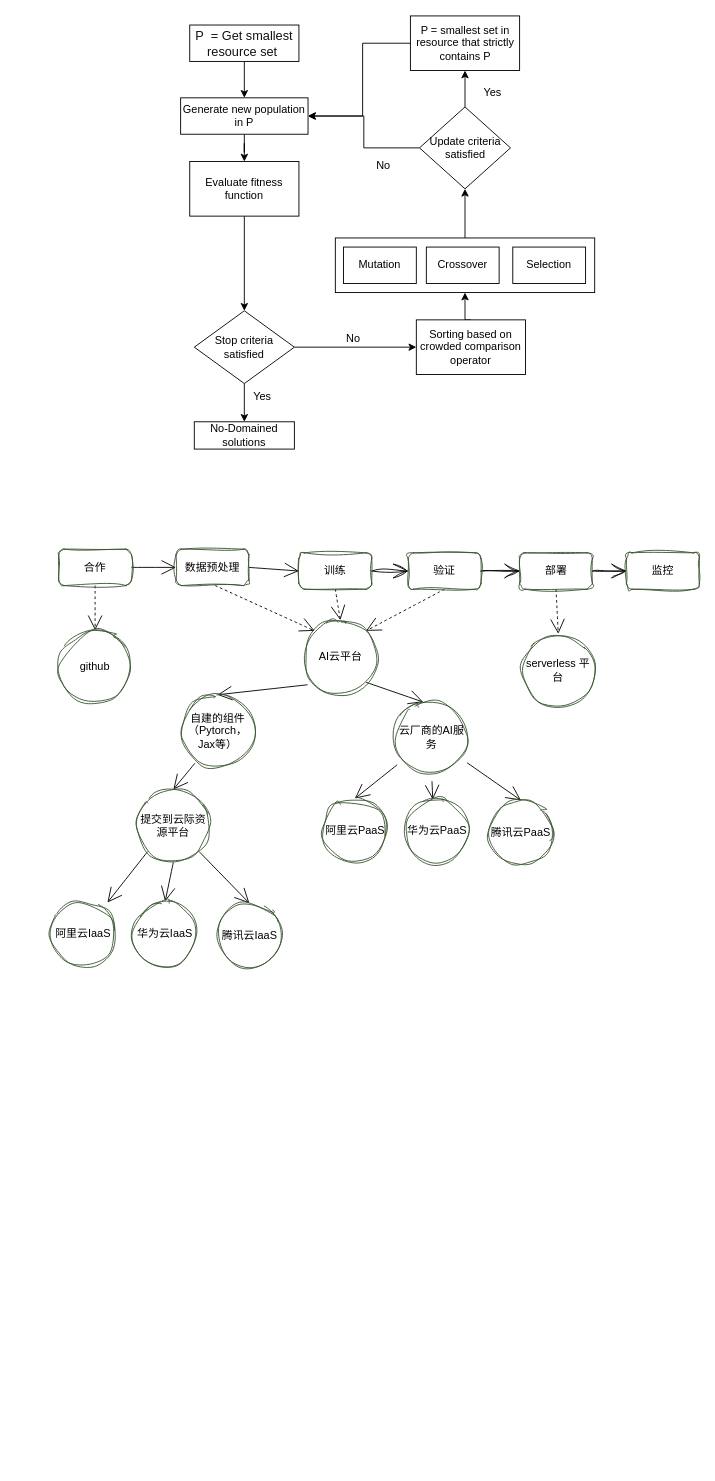
Above: 未命名绘图.drawio in lihuahua123/studyFiles (draw.io), before the change. Source tidied: cells renumbered, new cells numbered last; positions are measured from the earlier drawing's top-left corner, leaving out a move shared by most shapes. Both pictures are drawn from the tidied source at 91%, with x=0, y=0 at pixel (51, 15).
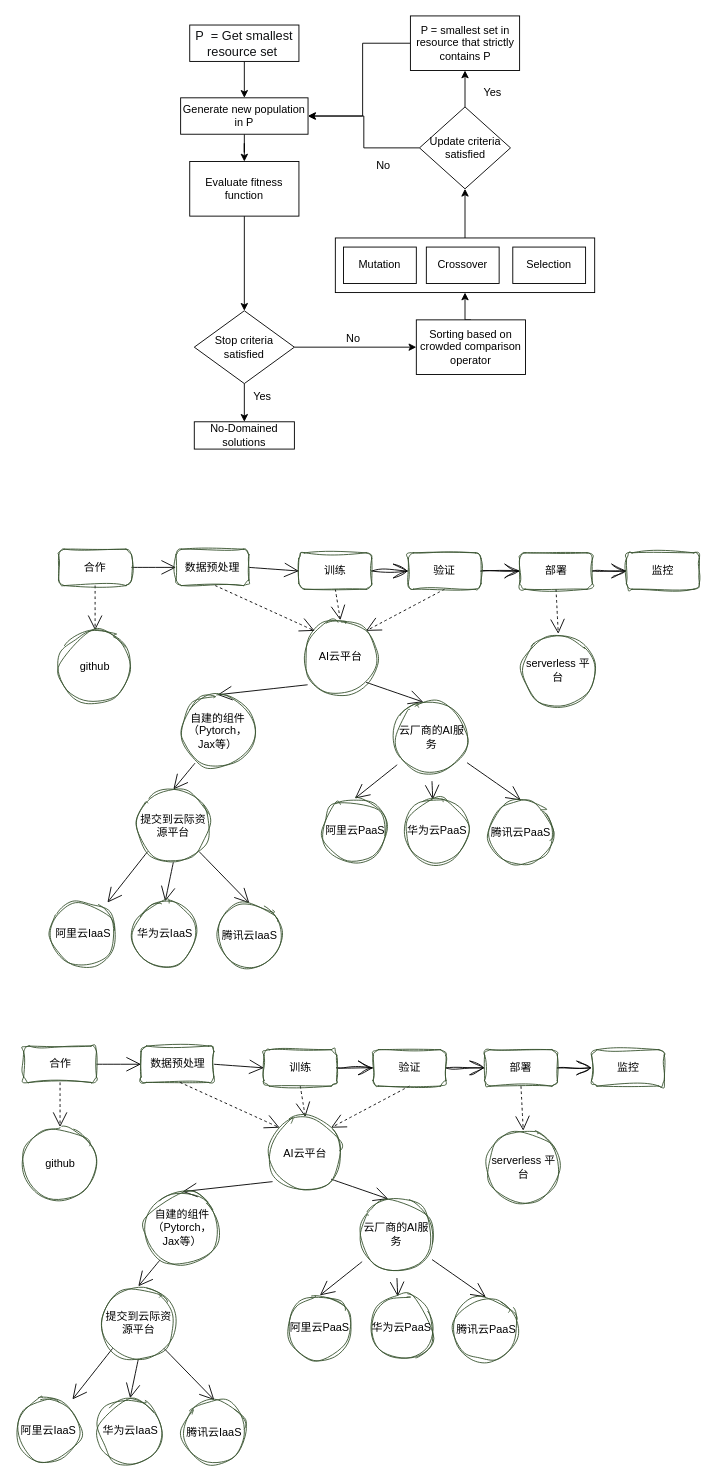
Above is the later version.

Commit message:
更新未命名绘图.drawio

Diff of the diagram source:
```diff
@@
+    <mxCell id="68" style="edgeStyle=none;curved=1;rounded=0;jettySize=auto;html=1;exitX=0.5;exitY=1;exitDx=0;exitDy=0;entryX=0.5;entryY=0;entryDx=0;entryDy=0;endArrow=open;startSize=14;endSize=14;sourcePerimeterSpacing=8;targetPerimeterSpacing=8;dashed=1;" parent="1" edge="1" source="70" target="85">
+      <mxGeometry relative="1" as="geometry" />
+    </mxCell>
+    <mxCell id="69" style="edgeStyle=none;curved=1;rounded=0;jettySize=auto;html=1;exitX=1;exitY=0.5;exitDx=0;exitDy=0;entryX=0;entryY=0.5;entryDx=0;entryDy=0;endArrow=open;startSize=14;endSize=14;sourcePerimeterSpacing=8;targetPerimeterSpacing=8;" parent="1" edge="1" source="70" target="103">
+      <mxGeometry relative="1" as="geometry" />
+    </mxCell>
+    <mxCell id="70" value="&lt;font&gt;合作&lt;/font&gt;" style="rounded=1;whiteSpace=wrap;html=1;labelBackgroundColor=none;labelBorderColor=none;sketch=1;curveFitting=1;jiggle=2;shadow=0;glass=0;fillColor=none;fontColor=default;strokeColor=#3A5431;" parent="1" vertex="1">
+      <mxGeometry x="-30.5" y="1132" width="80" height="40" as="geometry" />
+    </mxCell>
+    <mxCell id="71" style="edgeStyle=none;shape=connector;rounded=1;sketch=1;jiggle=2;curveFitting=1;jettySize=auto;html=1;entryX=0;entryY=0.5;entryDx=0;entryDy=0;labelBackgroundColor=default;strokeColor=default;fontFamily=Helvetica;fontSize=11;fontColor=default;endArrow=open;startSize=14;endSize=14;sourcePerimeterSpacing=8;targetPerimeterSpacing=8;exitX=1;exitY=0.5;exitDx=0;exitDy=0;" parent="1" edge="1" source="73" target="76">
+      <mxGeometry relative="1" as="geometry" />
+    </mxCell>
+    <mxCell id="72" style="edgeStyle=none;curved=1;rounded=0;jettySize=auto;html=1;endArrow=open;startSize=14;endSize=14;sourcePerimeterSpacing=8;targetPerimeterSpacing=8;exitX=0.5;exitY=1;exitDx=0;exitDy=0;entryX=0.5;entryY=0;entryDx=0;entryDy=0;dashed=1;" parent="1" edge="1" source="73" target="84">
+      <mxGeometry relative="1" as="geometry" />
+    </mxCell>
+    <mxCell id="73" value="训练" style="rounded=1;whiteSpace=wrap;html=1;labelBackgroundColor=none;labelBorderColor=none;sketch=1;curveFitting=1;jiggle=2;shadow=0;glass=0;fillColor=none;fontColor=default;strokeColor=#3A5431;" parent="1" vertex="1">
+      <mxGeometry x="233.5" y="1136" width="80" height="40" as="geometry" />
+    </mxCell>
+    <mxCell id="74" style="edgeStyle=none;shape=connector;rounded=1;sketch=1;jiggle=2;curveFitting=1;jettySize=auto;html=1;exitX=1;exitY=0.5;exitDx=0;exitDy=0;entryX=0;entryY=0.5;entryDx=0;entryDy=0;labelBackgroundColor=default;strokeColor=default;fontFamily=Helvetica;fontSize=11;fontColor=default;endArrow=open;startSize=14;endSize=14;sourcePerimeterSpacing=8;targetPerimeterSpacing=8;" parent="1" edge="1" source="76" target="79">
+      <mxGeometry relative="1" as="geometry" />
+    </mxCell>
+    <mxCell id="75" style="edgeStyle=none;curved=1;rounded=0;jettySize=auto;html=1;exitX=0.5;exitY=1;exitDx=0;exitDy=0;entryX=1;entryY=0;entryDx=0;entryDy=0;endArrow=open;startSize=14;endSize=14;sourcePerimeterSpacing=8;targetPerimeterSpacing=8;dashed=1;" parent="1" edge="1" source="76" target="84">
+      <mxGeometry relative="1" as="geometry" />
+    </mxCell>
+    <mxCell id="76" value="验证" style="rounded=1;whiteSpace=wrap;html=1;labelBackgroundColor=none;labelBorderColor=none;sketch=1;curveFitting=1;jiggle=2;shadow=0;glass=0;fillColor=none;fontColor=default;strokeColor=#3A5431;" parent="1" vertex="1">
+      <mxGeometry x="353.5" y="1136" width="80" height="40" as="geometry" />
+    </mxCell>
+    <mxCell id="77" style="edgeStyle=none;shape=connector;rounded=1;sketch=1;jiggle=2;curveFitting=1;jettySize=auto;html=1;exitX=1;exitY=0.5;exitDx=0;exitDy=0;entryX=0;entryY=0.5;entryDx=0;entryDy=0;labelBackgroundColor=default;strokeColor=default;fontFamily=Helvetica;fontSize=11;fontColor=default;endArrow=open;startSize=14;endSize=14;sourcePerimeterSpacing=8;targetPerimeterSpacing=8;" parent="1" edge="1" source="79" target="80">
+      <mxGeometry relative="1" as="geometry" />
+    </mxCell>
+    <mxCell id="78" style="edgeStyle=none;curved=1;rounded=0;jettySize=auto;html=1;endArrow=open;startSize=14;endSize=14;sourcePerimeterSpacing=8;targetPerimeterSpacing=8;exitX=0.5;exitY=1;exitDx=0;exitDy=0;entryX=0.5;entryY=0;entryDx=0;entryDy=0;dashed=1;" parent="1" edge="1" source="79" target="81">
+      <mxGeometry relative="1" as="geometry" />
+    </mxCell>
+    <mxCell id="79" value="部署" style="rounded=1;whiteSpace=wrap;html=1;labelBackgroundColor=none;labelBorderColor=none;sketch=1;curveFitting=1;jiggle=2;shadow=0;glass=0;fillColor=none;fontColor=default;strokeColor=#3A5431;" parent="1" vertex="1">
+      <mxGeometry x="476" y="1136" width="80" height="40" as="geometry" />
+    </mxCell>
+    <mxCell id="80" value="监控" style="rounded=1;whiteSpace=wrap;html=1;labelBackgroundColor=none;labelBorderColor=none;sketch=1;curveFitting=1;jiggle=2;shadow=0;glass=0;fillColor=none;fontColor=default;strokeColor=#3A5431;" parent="1" vertex="1">
+      <mxGeometry x="593.5" y="1136" width="80" height="40" as="geometry" />
+    </mxCell>
+    <mxCell id="81" value="serverless 平台" style="ellipse;whiteSpace=wrap;html=1;fillColor=none;strokeColor=#3A5431;rounded=1;labelBackgroundColor=none;labelBorderColor=none;sketch=1;curveFitting=1;jiggle=2;shadow=0;glass=0;" parent="1" vertex="1">
+      <mxGeometry x="478.5" y="1225" width="80" height="80" as="geometry" />
+    </mxCell>
+    <mxCell id="82" style="edgeStyle=none;curved=1;rounded=0;jettySize=auto;html=1;entryX=0.5;entryY=0;entryDx=0;entryDy=0;endArrow=open;startSize=14;endSize=14;sourcePerimeterSpacing=8;targetPerimeterSpacing=8;" parent="1" edge="1" target="87">
+      <mxGeometry relative="1" as="geometry">
+        <mxPoint x="243" y="1281" as="sourcePoint" />
+      </mxGeometry>
+    </mxCell>
+    <mxCell id="83" style="edgeStyle=none;curved=1;rounded=0;jettySize=auto;html=1;exitX=1;exitY=1;exitDx=0;exitDy=0;endArrow=open;startSize=14;endSize=14;sourcePerimeterSpacing=8;targetPerimeterSpacing=8;entryX=0.39;entryY=0.013;entryDx=0;entryDy=0;entryPerimeter=0;" parent="1" edge="1" source="84" target="91">
+      <mxGeometry relative="1" as="geometry" />
+    </mxCell>
+    <mxCell id="84" value="AI云平台" style="ellipse;whiteSpace=wrap;html=1;fillColor=none;strokeColor=#3A5431;rounded=1;labelBackgroundColor=none;labelBorderColor=none;sketch=1;curveFitting=1;jiggle=2;shadow=0;glass=0;" parent="1" vertex="1">
+      <mxGeometry x="239" y="1210" width="80" height="80" as="geometry" />
+    </mxCell>
+    <mxCell id="85" value="github" style="ellipse;whiteSpace=wrap;html=1;fillColor=none;strokeColor=#3A5431;rounded=1;labelBackgroundColor=none;labelBorderColor=none;sketch=1;curveFitting=1;jiggle=2;shadow=0;glass=0;" parent="1" vertex="1">
+      <mxGeometry x="-30.5" y="1221" width="80" height="80" as="geometry" />
+    </mxCell>
+    <mxCell id="86" style="edgeStyle=none;curved=1;rounded=0;jettySize=auto;html=1;entryX=0.5;entryY=0;entryDx=0;entryDy=0;endArrow=open;startSize=14;endSize=14;sourcePerimeterSpacing=8;targetPerimeterSpacing=8;exitX=0.192;exitY=0.938;exitDx=0;exitDy=0;exitPerimeter=0;" parent="1" edge="1" source="87" target="95">
+      <mxGeometry relative="1" as="geometry" />
+    </mxCell>
+    <mxCell id="87" value="自建的组件&lt;br&gt;（Pytorch，Jax等）" style="ellipse;whiteSpace=wrap;html=1;fillColor=none;strokeColor=#3A5431;rounded=1;labelBackgroundColor=none;labelBorderColor=none;sketch=1;curveFitting=1;jiggle=2;shadow=0;glass=0;" parent="1" vertex="1">
+      <mxGeometry x="104" y="1292" width="80" height="80" as="geometry" />
+    </mxCell>
+    <mxCell id="88" style="edgeStyle=none;curved=1;rounded=0;jettySize=auto;html=1;entryX=0.5;entryY=0;entryDx=0;entryDy=0;endArrow=open;startSize=14;endSize=14;sourcePerimeterSpacing=8;targetPerimeterSpacing=8;" parent="1" edge="1" source="91" target="99">
+      <mxGeometry relative="1" as="geometry" />
+    </mxCell>
+    <mxCell id="89" style="edgeStyle=none;curved=1;rounded=0;jettySize=auto;html=1;entryX=0.437;entryY=0.017;entryDx=0;entryDy=0;entryPerimeter=0;endArrow=open;startSize=14;endSize=14;sourcePerimeterSpacing=8;targetPerimeterSpacing=8;" parent="1" edge="1" source="91" target="100">
+      <mxGeometry relative="1" as="geometry" />
+    </mxCell>
+    <mxCell id="90" style="edgeStyle=none;curved=1;rounded=0;jettySize=auto;html=1;entryX=0.5;entryY=0;entryDx=0;entryDy=0;endArrow=open;startSize=14;endSize=14;sourcePerimeterSpacing=8;targetPerimeterSpacing=8;" parent="1" edge="1" source="91" target="101">
+      <mxGeometry relative="1" as="geometry" />
+    </mxCell>
+    <mxCell id="91" value="云厂商的AI服务" style="ellipse;whiteSpace=wrap;html=1;fillColor=none;strokeColor=#3A5431;rounded=1;labelBackgroundColor=none;labelBorderColor=none;sketch=1;curveFitting=1;jiggle=2;shadow=0;glass=0;" parent="1" vertex="1">
+      <mxGeometry x="339" y="1299" width="80" height="80" as="geometry" />
+    </mxCell>
+    <mxCell id="92" style="edgeStyle=none;curved=1;rounded=0;jettySize=auto;html=1;exitX=0;exitY=1;exitDx=0;exitDy=0;endArrow=open;startSize=14;endSize=14;sourcePerimeterSpacing=8;targetPerimeterSpacing=8;" parent="1" edge="1" source="95" target="96">
+      <mxGeometry relative="1" as="geometry" />
+    </mxCell>
+    <mxCell id="93" style="edgeStyle=none;curved=1;rounded=0;jettySize=auto;html=1;exitX=0.5;exitY=1;exitDx=0;exitDy=0;entryX=0.5;entryY=0;entryDx=0;entryDy=0;endArrow=open;startSize=14;endSize=14;sourcePerimeterSpacing=8;targetPerimeterSpacing=8;" parent="1" edge="1" source="95" target="97">
+      <mxGeometry relative="1" as="geometry" />
+    </mxCell>
+    <mxCell id="94" style="edgeStyle=none;curved=1;rounded=0;jettySize=auto;html=1;exitX=1;exitY=1;exitDx=0;exitDy=0;entryX=0.5;entryY=0;entryDx=0;entryDy=0;endArrow=open;startSize=14;endSize=14;sourcePerimeterSpacing=8;targetPerimeterSpacing=8;" parent="1" edge="1" source="95" target="98">
+      <mxGeometry relative="1" as="geometry" />
+    </mxCell>
+    <mxCell id="95" value="提交到云际资源平台" style="ellipse;whiteSpace=wrap;html=1;fillColor=none;strokeColor=#3A5431;rounded=1;labelBackgroundColor=none;labelBorderColor=none;sketch=1;curveFitting=1;jiggle=2;shadow=0;glass=0;" parent="1" vertex="1">
+      <mxGeometry x="55.5" y="1396" width="80" height="80" as="geometry" />
+    </mxCell>
+    <mxCell id="96" value="阿里云IaaS" style="ellipse;whiteSpace=wrap;html=1;fillColor=none;strokeColor=#3A5431;rounded=1;labelBackgroundColor=none;labelBorderColor=none;sketch=1;curveFitting=1;jiggle=2;shadow=0;glass=0;" parent="1" vertex="1">
+      <mxGeometry x="-38.5" y="1519" width="70" height="71" as="geometry" />
+    </mxCell>
+    <mxCell id="97" value="华为云IaaS" style="ellipse;whiteSpace=wrap;html=1;fillColor=none;strokeColor=#3A5431;rounded=1;labelBackgroundColor=none;labelBorderColor=none;sketch=1;curveFitting=1;jiggle=2;shadow=0;glass=0;" parent="1" vertex="1">
+      <mxGeometry x="51.5" y="1519" width="70" height="71" as="geometry" />
+    </mxCell>
+    <mxCell id="98" value="腾讯云IaaS" style="ellipse;whiteSpace=wrap;html=1;fillColor=none;strokeColor=#3A5431;rounded=1;labelBackgroundColor=none;labelBorderColor=none;sketch=1;curveFitting=1;jiggle=2;shadow=0;glass=0;" parent="1" vertex="1">
+      <mxGeometry x="144" y="1521" width="70" height="71" as="geometry" />
+    </mxCell>
+    <mxCell id="99" value="阿里云PaaS" style="ellipse;whiteSpace=wrap;html=1;fillColor=none;strokeColor=#3A5431;rounded=1;labelBackgroundColor=none;labelBorderColor=none;sketch=1;curveFitting=1;jiggle=2;shadow=0;glass=0;" parent="1" vertex="1">
+      <mxGeometry x="260" y="1406" width="70" height="71" as="geometry" />
+    </mxCell>
+    <mxCell id="100" value="华为云PaaS" style="ellipse;whiteSpace=wrap;html=1;fillColor=none;strokeColor=#3A5431;rounded=1;labelBackgroundColor=none;labelBorderColor=none;sketch=1;curveFitting=1;jiggle=2;shadow=0;glass=0;" parent="1" vertex="1">
+      <mxGeometry x="350" y="1406" width="70" height="71" as="geometry" />
+    </mxCell>
+    <mxCell id="101" value="腾讯云PaaS" style="ellipse;whiteSpace=wrap;html=1;fillColor=none;strokeColor=#3A5431;rounded=1;labelBackgroundColor=none;labelBorderColor=none;sketch=1;curveFitting=1;jiggle=2;shadow=0;glass=0;" parent="1" vertex="1">
+      <mxGeometry x="442.5" y="1408" width="70" height="71" as="geometry" />
+    </mxCell>
+    <mxCell id="102" style="edgeStyle=none;curved=1;rounded=0;jettySize=auto;html=1;exitX=1;exitY=0.5;exitDx=0;exitDy=0;entryX=0;entryY=0.5;entryDx=0;entryDy=0;endArrow=open;startSize=14;endSize=14;sourcePerimeterSpacing=8;targetPerimeterSpacing=8;" parent="1" edge="1" source="103" target="73">
+      <mxGeometry relative="1" as="geometry" />
+    </mxCell>
+    <mxCell id="103" value="数据预处理" style="rounded=1;whiteSpace=wrap;html=1;labelBackgroundColor=none;labelBorderColor=none;sketch=1;curveFitting=1;jiggle=2;shadow=0;glass=0;fillColor=none;fontColor=default;strokeColor=#3A5431;" parent="1" vertex="1">
+      <mxGeometry x="98.5" y="1132" width="80" height="40" as="geometry" />
+    </mxCell>
+    <mxCell id="104" style="edgeStyle=none;curved=1;rounded=0;jettySize=auto;html=1;endArrow=open;startSize=14;endSize=14;sourcePerimeterSpacing=8;targetPerimeterSpacing=8;exitX=0.5;exitY=1;exitDx=0;exitDy=0;entryX=0;entryY=0;entryDx=0;entryDy=0;dashed=1;" parent="1" edge="1" target="84">
+      <mxGeometry relative="1" as="geometry">
+        <mxPoint x="141.5" y="1172" as="sourcePoint" />
+      </mxGeometry>
+    </mxCell>
```
